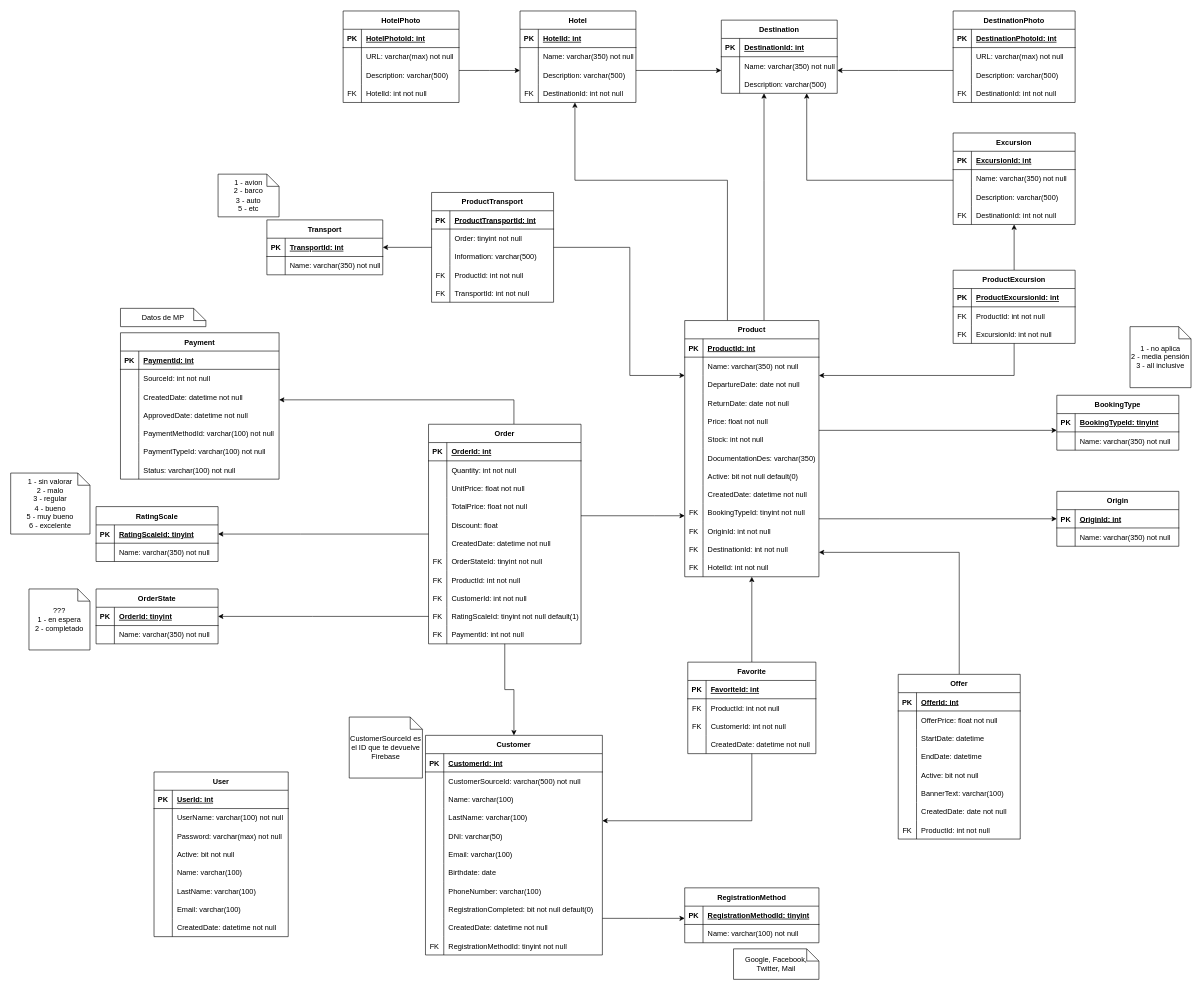
This is page "Diagrama de clases" (1 of 4) of bbdd/diagramas.drawio from parafcyt/Taller, a draw.io file, before an edit. Source tidied: cells renumbered, new cells numbered last; positions are measured from the earlier drawing's top-left corner, leaving out a move shared by most shapes. Both pictures are drawn from the tidied source at 61%, with x=0, y=0 at pixel (10, 10).
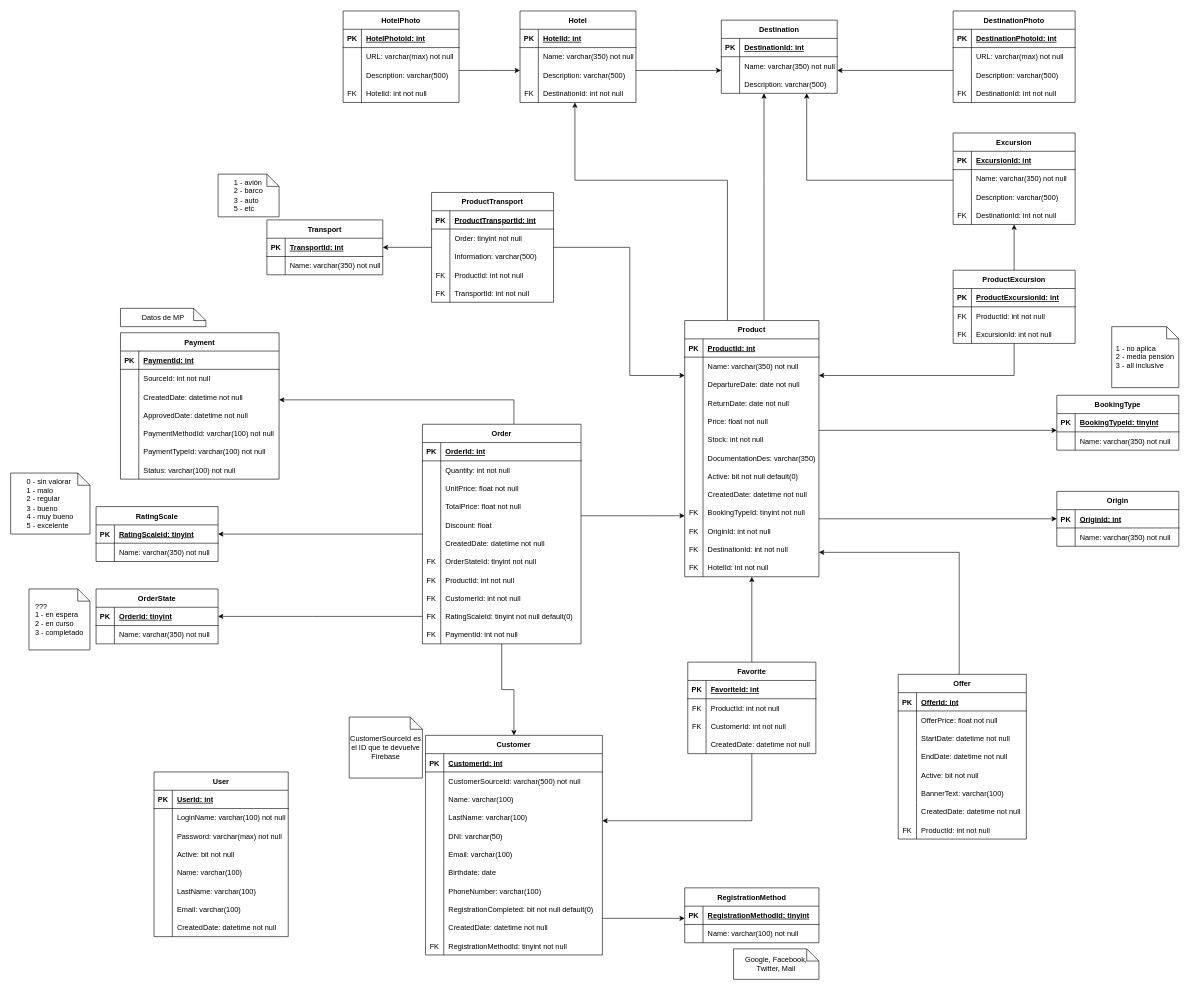
The same diagram, later.

Commit message (it also covers changes not shown here):
Actualiza diagrama, actualiza scripts de creación de tablas y crea script de inserción de datos

Unchanged cells that the change refers to:
```xml
<mxCell id="291" style="shape=tableRow;horizontal=0;startSize=0;swimlaneHead=0;swimlaneBody=0;fillColor=none;top=0;left=0;right=0;bottom=0;" parent="287" vertex="1">
  <mxGeometry y="60" width="220" height="30" as="geometry" />
</mxCell>
```

Change to the diagram source:
```diff
@@
     <mxCell id="150" value="Offer" style="shape=table;startSize=30;childLayout=tableLayout;rowLines=0;fontStyle=1;align=center;" parent="1" vertex="1">
-      <mxGeometry x="1455" y="1088" width="200" height="270" as="geometry" />
+      <mxGeometry x="1455" y="1088" width="210" height="270" as="geometry" />
     </mxCell>
     <mxCell id="151" style="shape=tableRow;horizontal=0;startSize=0;swimlaneHead=0;swimlaneBody=0;fillColor=none;top=0;left=0;right=0;bottom=1;" parent="150" vertex="1">
-      <mxGeometry y="30" width="200" height="30" as="geometry" />
+      <mxGeometry y="30" width="210" height="30" as="geometry" />
     </mxCell>
@@
     <mxCell id="153" value="OfferId: int" style="shape=partialRectangle;fillColor=none;top=0;left=0;bottom=0;right=0;align=left;spacingLeft=6;fontStyle=5;overflow=hidden;" parent="151" vertex="1">
-      <mxGeometry x="30" width="170" height="30" as="geometry" />
+      <mxGeometry x="30" width="180" height="30" as="geometry" />
     </mxCell>
     <mxCell id="154" style="shape=tableRow;horizontal=0;startSize=0;swimlaneHead=0;swimlaneBody=0;fillColor=none;top=0;left=0;right=0;bottom=0;" parent="150" vertex="1">
-      <mxGeometry y="60" width="200" height="30" as="geometry" />
+      <mxGeometry y="60" width="210" height="30" as="geometry" />
     </mxCell>
@@
     <mxCell id="156" value="OfferPrice: float not null" style="shape=partialRectangle;fillColor=none;top=0;left=0;bottom=0;right=0;align=left;spacingLeft=6;overflow=hidden;" parent="154" vertex="1">
-      <mxGeometry x="30" width="170" height="30" as="geometry" />
+      <mxGeometry x="30" width="180" height="30" as="geometry" />
     </mxCell>
     <mxCell id="157" style="shape=tableRow;horizontal=0;startSize=0;swimlaneHead=0;swimlaneBody=0;fillColor=none;top=0;left=0;right=0;bottom=0;" parent="150" vertex="1">
-      <mxGeometry y="90" width="200" height="30" as="geometry" />
+      <mxGeometry y="90" width="210" height="30" as="geometry" />
     </mxCell>
@@
-    <mxCell id="159" value="StartDate: datetime" style="shape=partialRectangle;fillColor=none;top=0;left=0;bottom=0;right=0;align=left;spacingLeft=6;overflow=hidden;" parent="157" vertex="1">
-      <mxGeometry x="30" width="170" height="30" as="geometry" />
+    <mxCell id="159" value="StartDate: datetime not null" style="shape=partialRectangle;fillColor=none;top=0;left=0;bottom=0;right=0;align=left;spacingLeft=6;overflow=hidden;" parent="157" vertex="1">
+      <mxGeometry x="30" width="180" height="30" as="geometry" />
     </mxCell>
     <mxCell id="160" style="shape=tableRow;horizontal=0;startSize=0;swimlaneHead=0;swimlaneBody=0;fillColor=none;top=0;left=0;right=0;bottom=0;" parent="150" vertex="1">
-      <mxGeometry y="120" width="200" height="30" as="geometry" />
+      <mxGeometry y="120" width="210" height="30" as="geometry" />
     </mxCell>
@@
-    <mxCell id="162" value="EndDate: datetime" style="shape=partialRectangle;fillColor=none;top=0;left=0;bottom=0;right=0;align=left;spacingLeft=6;overflow=hidden;" parent="160" vertex="1">
-      <mxGeometry x="30" width="170" height="30" as="geometry" />
+    <mxCell id="162" value="EndDate: datetime not null" style="shape=partialRectangle;fillColor=none;top=0;left=0;bottom=0;right=0;align=left;spacingLeft=6;overflow=hidden;" parent="160" vertex="1">
+      <mxGeometry x="30" width="180" height="30" as="geometry" />
     </mxCell>
     <mxCell id="163" style="shape=tableRow;horizontal=0;startSize=0;swimlaneHead=0;swimlaneBody=0;fillColor=none;top=0;left=0;right=0;bottom=0;" parent="150" vertex="1">
-      <mxGeometry y="150" width="200" height="30" as="geometry" />
+      <mxGeometry y="150" width="210" height="30" as="geometry" />
     </mxCell>
@@
     <mxCell id="165" value="Active: bit not null" style="shape=partialRectangle;fillColor=none;top=0;left=0;bottom=0;right=0;align=left;spacingLeft=6;overflow=hidden;" parent="163" vertex="1">
-      <mxGeometry x="30" width="170" height="30" as="geometry" />
+      <mxGeometry x="30" width="180" height="30" as="geometry" />
     </mxCell>
     <mxCell id="166" style="shape=tableRow;horizontal=0;startSize=0;swimlaneHead=0;swimlaneBody=0;fillColor=none;top=0;left=0;right=0;bottom=0;" parent="150" vertex="1">
-      <mxGeometry y="180" width="200" height="30" as="geometry" />
+      <mxGeometry y="180" width="210" height="30" as="geometry" />
     </mxCell>
@@
     <mxCell id="168" value="BannerText: varchar(100)" style="shape=partialRectangle;fillColor=none;top=0;left=0;bottom=0;right=0;align=left;spacingLeft=6;overflow=hidden;" parent="166" vertex="1">
-      <mxGeometry x="30" width="170" height="30" as="geometry" />
+      <mxGeometry x="30" width="180" height="30" as="geometry" />
     </mxCell>
     <mxCell id="169" style="shape=tableRow;horizontal=0;startSize=0;swimlaneHead=0;swimlaneBody=0;fillColor=none;top=0;left=0;right=0;bottom=0;" parent="150" vertex="1">
-      <mxGeometry y="210" width="200" height="30" as="geometry" />
+      <mxGeometry y="210" width="210" height="30" as="geometry" />
     </mxCell>
@@
-    <mxCell id="171" value="CreatedDate: date not null" style="shape=partialRectangle;fillColor=none;top=0;left=0;bottom=0;right=0;align=left;spacingLeft=6;overflow=hidden;" parent="169" vertex="1">
-      <mxGeometry x="30" width="170" height="30" as="geometry" />
+    <mxCell id="171" value="CreatedDate: datetime not null" style="shape=partialRectangle;fillColor=none;top=0;left=0;bottom=0;right=0;align=left;spacingLeft=6;overflow=hidden;" parent="169" vertex="1">
+      <mxGeometry x="30" width="180" height="30" as="geometry" />
     </mxCell>
     <mxCell id="172" style="shape=tableRow;horizontal=0;startSize=0;swimlaneHead=0;swimlaneBody=0;fillColor=none;top=0;left=0;right=0;bottom=0;" parent="150" vertex="1">
-      <mxGeometry y="240" width="200" height="30" as="geometry" />
+      <mxGeometry y="240" width="210" height="30" as="geometry" />
     </mxCell>
@@
     <mxCell id="174" value="ProductId: int not null" style="shape=partialRectangle;fillColor=none;top=0;left=0;bottom=0;right=0;align=left;spacingLeft=6;overflow=hidden;" parent="172" vertex="1">
-      <mxGeometry x="30" width="170" height="30" as="geometry" />
+      <mxGeometry x="30" width="180" height="30" as="geometry" />
     </mxCell>
@@
     <mxCell id="195" value="Order" style="shape=table;startSize=30;childLayout=tableLayout;rowLines=0;fontStyle=1;align=center;" parent="1" vertex="1">
-      <mxGeometry x="685" y="678" width="250" height="360" as="geometry" />
+      <mxGeometry x="675" y="678" width="260" height="360" as="geometry" />
     </mxCell>
     <mxCell id="196" style="shape=tableRow;horizontal=0;startSize=0;swimlaneHead=0;swimlaneBody=0;fillColor=none;top=0;left=0;right=0;bottom=1;" parent="195" vertex="1">
-      <mxGeometry y="30" width="250" height="30" as="geometry" />
+      <mxGeometry y="30" width="260" height="30" as="geometry" />
     </mxCell>
@@
     <mxCell id="198" value="OrderId: int" style="shape=partialRectangle;fillColor=none;top=0;left=0;bottom=0;right=0;align=left;spacingLeft=6;fontStyle=5;overflow=hidden;" parent="196" vertex="1">
-      <mxGeometry x="30" width="220" height="30" as="geometry" />
+      <mxGeometry x="30" width="230" height="30" as="geometry" />
     </mxCell>
     <mxCell id="199" style="shape=tableRow;horizontal=0;startSize=0;swimlaneHead=0;swimlaneBody=0;fillColor=none;top=0;left=0;right=0;bottom=0;" parent="195" vertex="1">
-      <mxGeometry y="60" width="250" height="30" as="geometry" />
+      <mxGeometry y="60" width="260" height="30" as="geometry" />
     </mxCell>
@@
     <mxCell id="201" value="Quantity: int not null" style="shape=partialRectangle;fillColor=none;top=0;left=0;bottom=0;right=0;align=left;spacingLeft=6;overflow=hidden;" parent="199" vertex="1">
-      <mxGeometry x="30" width="220" height="30" as="geometry" />
+      <mxGeometry x="30" width="230" height="30" as="geometry" />
     </mxCell>
     <mxCell id="202" style="shape=tableRow;horizontal=0;startSize=0;swimlaneHead=0;swimlaneBody=0;fillColor=none;top=0;left=0;right=0;bottom=0;" parent="195" vertex="1">
-      <mxGeometry y="90" width="250" height="30" as="geometry" />
+      <mxGeometry y="90" width="260" height="30" as="geometry" />
     </mxCell>
@@
     <mxCell id="204" value="UnitPrice: float not null" style="shape=partialRectangle;fillColor=none;top=0;left=0;bottom=0;right=0;align=left;spacingLeft=6;overflow=hidden;" parent="202" vertex="1">
-      <mxGeometry x="30" width="220" height="30" as="geometry" />
+      <mxGeometry x="30" width="230" height="30" as="geometry" />
     </mxCell>
     <mxCell id="205" style="shape=tableRow;horizontal=0;startSize=0;swimlaneHead=0;swimlaneBody=0;fillColor=none;top=0;left=0;right=0;bottom=0;" parent="195" vertex="1">
-      <mxGeometry y="120" width="250" height="30" as="geometry" />
+      <mxGeometry y="120" width="260" height="30" as="geometry" />
     </mxCell>
@@
     <mxCell id="207" value="TotalPrice: float not null" style="shape=partialRectangle;fillColor=none;top=0;left=0;bottom=0;right=0;align=left;spacingLeft=6;overflow=hidden;" parent="205" vertex="1">
-      <mxGeometry x="30" width="220" height="30" as="geometry" />
+      <mxGeometry x="30" width="230" height="30" as="geometry" />
     </mxCell>
     <mxCell id="208" style="shape=tableRow;horizontal=0;startSize=0;swimlaneHead=0;swimlaneBody=0;fillColor=none;top=0;left=0;right=0;bottom=0;" parent="195" vertex="1">
-      <mxGeometry y="150" width="250" height="30" as="geometry" />
+      <mxGeometry y="150" width="260" height="30" as="geometry" />
     </mxCell>
@@
     <mxCell id="210" value="Discount: float" style="shape=partialRectangle;fillColor=none;top=0;left=0;bottom=0;right=0;align=left;spacingLeft=6;overflow=hidden;" parent="208" vertex="1">
-      <mxGeometry x="30" width="220" height="30" as="geometry" />
+      <mxGeometry x="30" width="230" height="30" as="geometry" />
     </mxCell>
     <mxCell id="211" style="shape=tableRow;horizontal=0;startSize=0;swimlaneHead=0;swimlaneBody=0;fillColor=none;top=0;left=0;right=0;bottom=0;" parent="195" vertex="1">
-      <mxGeometry y="180" width="250" height="30" as="geometry" />
+      <mxGeometry y="180" width="260" height="30" as="geometry" />
     </mxCell>
@@
     <mxCell id="213" value="CreatedDate: datetime not null" style="shape=partialRectangle;fillColor=none;top=0;left=0;bottom=0;right=0;align=left;spacingLeft=6;overflow=hidden;" parent="211" vertex="1">
-      <mxGeometry x="30" width="220" height="30" as="geometry" />
+      <mxGeometry x="30" width="230" height="30" as="geometry" />
     </mxCell>
     <mxCell id="214" style="shape=tableRow;horizontal=0;startSize=0;swimlaneHead=0;swimlaneBody=0;fillColor=none;top=0;left=0;right=0;bottom=0;" parent="195" vertex="1">
-      <mxGeometry y="210" width="250" height="30" as="geometry" />
+      <mxGeometry y="210" width="260" height="30" as="geometry" />
     </mxCell>
@@
     <mxCell id="216" value="OrderStateId: tinyint not null" style="shape=partialRectangle;fillColor=none;top=0;left=0;bottom=0;right=0;align=left;spacingLeft=6;overflow=hidden;" parent="214" vertex="1">
-      <mxGeometry x="30" width="220" height="30" as="geometry" />
+      <mxGeometry x="30" width="230" height="30" as="geometry" />
     </mxCell>
     <mxCell id="217" style="shape=tableRow;horizontal=0;startSize=0;swimlaneHead=0;swimlaneBody=0;fillColor=none;top=0;left=0;right=0;bottom=0;" parent="195" vertex="1">
-      <mxGeometry y="240" width="250" height="30" as="geometry" />
+      <mxGeometry y="240" width="260" height="30" as="geometry" />
     </mxCell>
@@
     <mxCell id="219" value="ProductId: int not null" style="shape=partialRectangle;fillColor=none;top=0;left=0;bottom=0;right=0;align=left;spacingLeft=6;overflow=hidden;" parent="217" vertex="1">
-      <mxGeometry x="30" width="220" height="30" as="geometry" />
+      <mxGeometry x="30" width="230" height="30" as="geometry" />
     </mxCell>
     <mxCell id="220" style="shape=tableRow;horizontal=0;startSize=0;swimlaneHead=0;swimlaneBody=0;fillColor=none;top=0;left=0;right=0;bottom=0;" parent="195" vertex="1">
-      <mxGeometry y="270" width="250" height="30" as="geometry" />
+      <mxGeometry y="270" width="260" height="30" as="geometry" />
     </mxCell>
@@
     <mxCell id="222" value="CustomerId: int not null" style="shape=partialRectangle;fillColor=none;top=0;left=0;bottom=0;right=0;align=left;spacingLeft=6;overflow=hidden;" parent="220" vertex="1">
-      <mxGeometry x="30" width="220" height="30" as="geometry" />
+      <mxGeometry x="30" width="230" height="30" as="geometry" />
     </mxCell>
     <mxCell id="223" style="shape=tableRow;horizontal=0;startSize=0;swimlaneHead=0;swimlaneBody=0;fillColor=none;top=0;left=0;right=0;bottom=0;" parent="195" vertex="1">
-      <mxGeometry y="300" width="250" height="30" as="geometry" />
+      <mxGeometry y="300" width="260" height="30" as="geometry" />
     </mxCell>
@@
-    <mxCell id="225" value="RatingScaleId: tinyint not null default(1)" style="shape=partialRectangle;fillColor=none;top=0;left=0;bottom=0;right=0;align=left;spacingLeft=6;overflow=hidden;" parent="223" vertex="1">
-      <mxGeometry x="30" width="220" height="30" as="geometry" />
+    <mxCell id="225" value="RatingScaleId: tinyint not null default(0)" style="shape=partialRectangle;fillColor=none;top=0;left=0;bottom=0;right=0;align=left;spacingLeft=6;overflow=hidden;" parent="223" vertex="1">
+      <mxGeometry x="30" width="230" height="30" as="geometry" />
     </mxCell>
     <mxCell id="226" style="shape=tableRow;horizontal=0;startSize=0;swimlaneHead=0;swimlaneBody=0;fillColor=none;top=0;left=0;right=0;bottom=0;" parent="195" vertex="1">
-      <mxGeometry y="330" width="250" height="30" as="geometry" />
+      <mxGeometry y="330" width="260" height="30" as="geometry" />
     </mxCell>
@@
     <mxCell id="228" value="PaymentId: int not null" style="shape=partialRectangle;fillColor=none;top=0;left=0;bottom=0;right=0;align=left;spacingLeft=6;overflow=hidden;" parent="226" vertex="1">
-      <mxGeometry x="30" width="220" height="30" as="geometry" />
+      <mxGeometry x="30" width="230" height="30" as="geometry" />
     </mxCell>
@@
-    <mxCell id="278" value="1 - sin valorar&lt;br&gt;2 - malo&lt;br&gt;3 - regular&lt;br&gt;4 - bueno&lt;br&gt;5 - muy bueno&lt;br&gt;6 - excelente" style="shape=note;size=20;whiteSpace=wrap;html=1;" parent="1" vertex="1">
+    <mxCell id="278" value="&lt;div style=&quot;text-align: justify;&quot;&gt;&lt;span style=&quot;background-color: initial;&quot;&gt;0 - sin valorar&lt;/span&gt;&lt;/div&gt;&lt;div style=&quot;text-align: justify;&quot;&gt;&lt;span style=&quot;background-color: initial;&quot;&gt;1 - malo&lt;/span&gt;&lt;/div&gt;&lt;div style=&quot;text-align: justify;&quot;&gt;&lt;span style=&quot;background-color: initial;&quot;&gt;2 - regular&lt;/span&gt;&lt;/div&gt;&lt;div style=&quot;text-align: justify;&quot;&gt;&lt;span style=&quot;background-color: initial;&quot;&gt;3 - bueno&lt;/span&gt;&lt;/div&gt;&lt;div style=&quot;text-align: justify;&quot;&gt;&lt;span style=&quot;background-color: initial;&quot;&gt;4 - muy bueno&lt;/span&gt;&lt;/div&gt;&lt;div style=&quot;text-align: justify;&quot;&gt;&lt;span style=&quot;background-color: initial;&quot;&gt;5 - excelente&lt;/span&gt;&lt;/div&gt;" style="shape=note;size=20;whiteSpace=wrap;html=1;" parent="1" vertex="1">
       <mxGeometry y="758" width="130" height="100" as="geometry" />
     </mxCell>
-    <mxCell id="279" value="1 - no aplica&lt;br&gt;2 - media pensión&lt;br&gt;3 - all inclusive" style="shape=note;size=20;whiteSpace=wrap;html=1;" parent="1" vertex="1">
-      <mxGeometry x="1835" y="518" width="100" height="100" as="geometry" />
+    <mxCell id="279" value="&lt;div style=&quot;text-align: justify;&quot;&gt;&lt;span style=&quot;background-color: initial;&quot;&gt;1 - no aplica&lt;/span&gt;&lt;/div&gt;&lt;div style=&quot;text-align: justify;&quot;&gt;&lt;span style=&quot;background-color: initial;&quot;&gt;2 - media pensión&lt;/span&gt;&lt;/div&gt;&lt;div style=&quot;text-align: justify;&quot;&gt;&lt;span style=&quot;background-color: initial;&quot;&gt;3 - all inclusive&lt;/span&gt;&lt;/div&gt;" style="shape=note;size=20;whiteSpace=wrap;html=1;" parent="1" vertex="1">
+      <mxGeometry x="1805" y="518" width="110" height="100" as="geometry" />
     </mxCell>
@@
-    <mxCell id="293" value="UserName: varchar(100) not null" style="shape=partialRectangle;fillColor=none;top=0;left=0;bottom=0;right=0;align=left;spacingLeft=6;overflow=hidden;" parent="291" vertex="1">
+    <mxCell id="293" value="LoginName: varchar(100) not null" style="shape=partialRectangle;fillColor=none;top=0;left=0;bottom=0;right=0;align=left;spacingLeft=6;overflow=hidden;" parent="291" vertex="1">
       <mxGeometry x="30" width="190" height="30" as="geometry" />
     </mxCell>
@@
-    <mxCell id="312" value="???&lt;br&gt;1 - en espera&lt;br&gt;2 - completado" style="shape=note;size=20;whiteSpace=wrap;html=1;" parent="1" vertex="1">
+    <mxCell id="312" value="&lt;div style=&quot;text-align: justify;&quot;&gt;&lt;span style=&quot;background-color: initial;&quot;&gt;???&lt;/span&gt;&lt;/div&gt;&lt;div style=&quot;text-align: justify;&quot;&gt;&lt;span style=&quot;background-color: initial;&quot;&gt;1 - en espera&lt;/span&gt;&lt;/div&gt;&lt;div style=&quot;text-align: justify;&quot;&gt;&lt;span style=&quot;background-color: initial;&quot;&gt;2 - en curso&lt;/span&gt;&lt;/div&gt;&lt;div style=&quot;text-align: justify;&quot;&gt;&lt;span style=&quot;background-color: initial;&quot;&gt;3 - completado&lt;/span&gt;&lt;/div&gt;" style="shape=note;size=20;whiteSpace=wrap;html=1;" parent="1" vertex="1">
       <mxGeometry x="30" y="948" width="100" height="100" as="geometry" />
     </mxCell>
@@
-    <mxCell id="343" value="1 - avion&lt;br&gt;2 - barco&lt;br&gt;3 - auto&lt;br&gt;5 - etc" style="shape=note;size=20;whiteSpace=wrap;html=1;" parent="1" vertex="1">
+    <mxCell id="343" value="&lt;div style=&quot;text-align: justify;&quot;&gt;&lt;span style=&quot;background-color: initial;&quot;&gt;1 - avión&lt;/span&gt;&lt;/div&gt;&lt;div style=&quot;text-align: justify;&quot;&gt;&lt;span style=&quot;background-color: initial;&quot;&gt;2 - barco&lt;/span&gt;&lt;/div&gt;&lt;div style=&quot;text-align: justify;&quot;&gt;&lt;span style=&quot;background-color: initial;&quot;&gt;3 - auto&lt;/span&gt;&lt;/div&gt;&lt;div style=&quot;text-align: justify;&quot;&gt;&lt;span style=&quot;background-color: initial;&quot;&gt;5 - etc&lt;/span&gt;&lt;/div&gt;" style="shape=note;size=20;whiteSpace=wrap;html=1;" parent="1" vertex="1">
       <mxGeometry x="340" y="268" width="100" height="70" as="geometry" />
     </mxCell>
```
